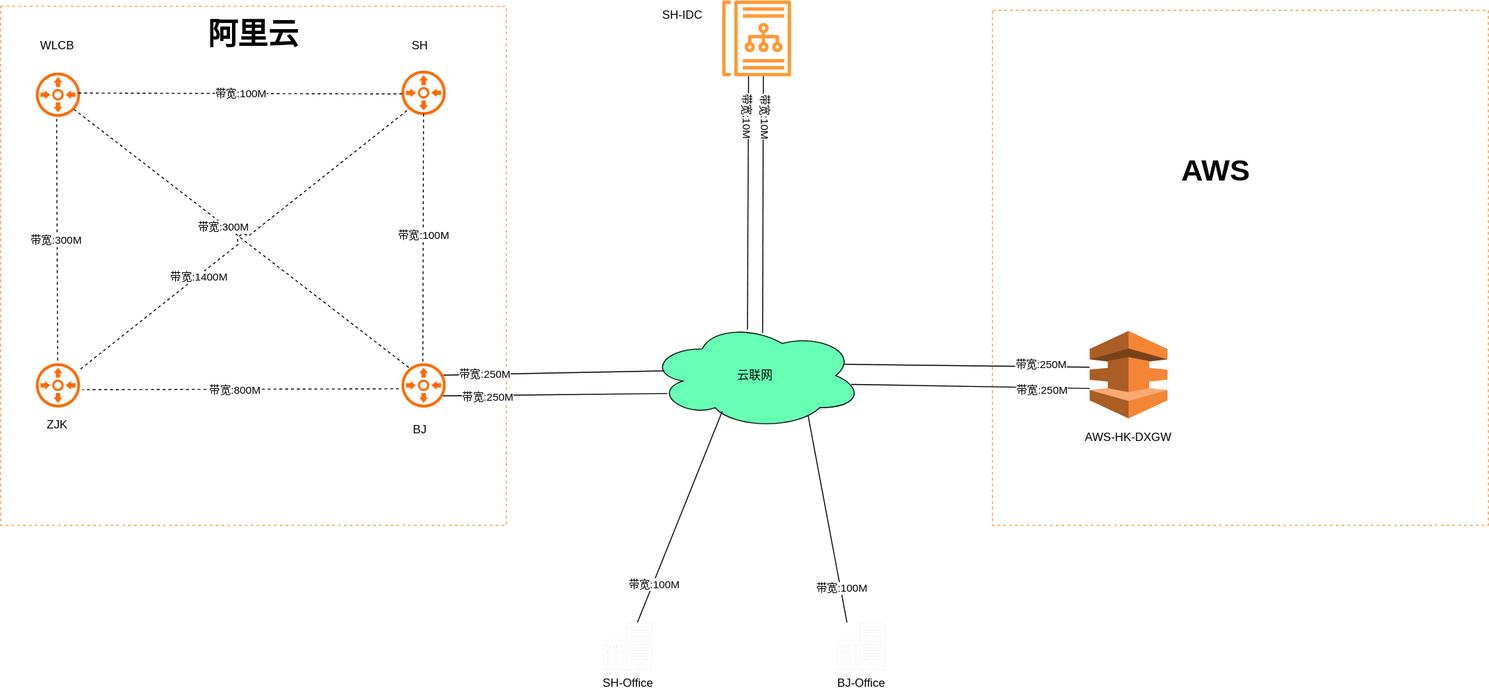
FailEnd/ITPortal keeps this draw.io diagram as traffic.svg. Above is the earlier version. Source tidied: cells renumbered, new cells last; positions are measured from the earlier drawing's top-left corner, leaving out a move shared by most shapes.
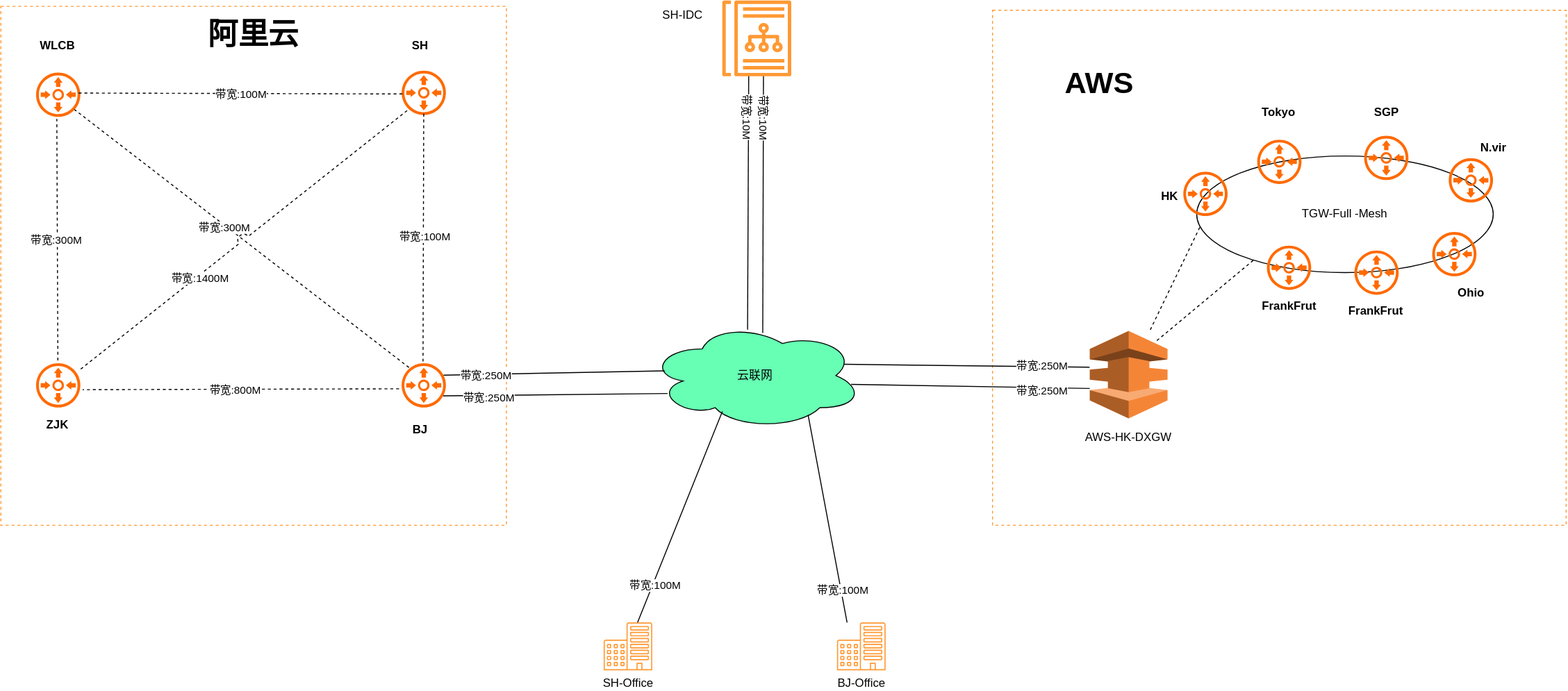
The same diagram one commit later.

What changed in the source:
```diff
@@ -6,7 +6,7 @@
       <mxGeometry y="6" width="520" height="534" as="geometry" />
     </mxCell>
     <mxCell id="3" style="rounded=0;whiteSpace=wrap;html=1;strokeColor=#FF9933;dashed=1;" parent="1" vertex="1">
-      <mxGeometry x="1020" y="10" width="510" height="530" as="geometry" />
+      <mxGeometry x="1020" y="10" width="590" height="530" as="geometry" />
     </mxCell>
     <mxCell id="4" style="points=[];html=1;align=center;shadow=0;dashed=0;fillColor=#FF6A00;strokeColor=none;shape=mxgraph.alibaba_cloud.vbr_virtual_border_router;" parent="1" vertex="1">
       <mxGeometry x="34" y="72" width="50" height="50" as="geometry" />
@@ -26,7 +26,7 @@
     <mxCell id="9" value="云联网" style="ellipse;shape=cloud;whiteSpace=wrap;html=1;fillColor=#66FFB3;" parent="1" vertex="1">
       <mxGeometry x="666.4" y="331" width="220" height="110" as="geometry" />
     </mxCell>
-    <mxCell id="10" value="SH-Office" style="sketch=0;verticalLabelPosition=bottom;sketch=0;html=1;verticalAlign=top;strokeColor=none;fillColor=light-dark(#f8f7f7, #ededed);align=center;outlineConnect=0;shape=mxgraph.citrix2.office;" parent="1" vertex="1">
+    <mxCell id="10" value="SH-Office" style="sketch=0;verticalLabelPosition=bottom;sketch=0;html=1;verticalAlign=top;strokeColor=none;fillColor=light-dark(#FF9933,#EDEDED);align=center;outlineConnect=0;shape=mxgraph.citrix2.office;" parent="1" vertex="1">
       <mxGeometry x="620" y="640" width="50" height="49.2" as="geometry" />
     </mxCell>
     <mxCell id="11" style="endArrow=none;html=1;rounded=0;entryX=0.344;entryY=0.836;entryDx=0;entryDy=0;entryPerimeter=0;" parent="1" edge="1" source="10" target="9">
@@ -87,7 +87,7 @@
       <mxGeometry x="1100" y="435" width="120" height="30" as="geometry" />
     </mxCell>
     <mxCell id="28" value="AWS" style="text;html=1;align=center;verticalAlign=middle;whiteSpace=wrap;rounded=0;fontSize=31;fontStyle=1;" parent="1" vertex="1">
-      <mxGeometry x="1220" y="160" width="60" height="30" as="geometry" />
+      <mxGeometry x="1100" y="70" width="60" height="30" as="geometry" />
     </mxCell>
     <mxCell id="29" style="endArrow=none;html=1;rounded=0;entryX=0.91;entryY=0.51;entryDx=0;entryDy=0;entryPerimeter=0;exitX=0.003;exitY=0.571;exitDx=0;exitDy=0;exitPerimeter=0;dashed=1;flowAnimation=1;" parent="1" edge="1" source="7">
       <mxGeometry relative="1" as="geometry">
@@ -135,23 +135,76 @@
     <mxCell id="42" style="sketch=0;outlineConnect=0;fontColor=#232F3E;gradientColor=none;fillColor=#FF9933;strokeColor=none;dashed=0;verticalLabelPosition=bottom;verticalAlign=top;align=center;html=1;fontSize=12;fontStyle=0;shape=mxgraph.aws4.datazone_business_data_catalog;" parent="1" vertex="1">
       <mxGeometry x="742" width="71" height="78" as="geometry" />
     </mxCell>
-    <mxCell id="43" value="BJ-Office" style="sketch=0;verticalLabelPosition=bottom;sketch=0;html=1;verticalAlign=top;strokeColor=none;fillColor=light-dark(#f8f7f7, #ededed);align=center;shape=mxgraph.citrix2.office;" parent="1" vertex="1">
+    <mxCell id="43" value="BJ-Office" style="sketch=0;verticalLabelPosition=bottom;sketch=0;html=1;verticalAlign=top;strokeColor=none;fillColor=light-dark(#FF9933,#EDEDED);align=center;shape=mxgraph.citrix2.office;" parent="1" vertex="1">
       <mxGeometry x="860" y="640" width="50" height="49.2" as="geometry" />
     </mxCell>
-    <mxCell id="44" value="ZJK" style="text;strokeColor=none;align=center;fillColor=none;html=1;verticalAlign=middle;whiteSpace=wrap;rounded=0;fontColor=default;" parent="1" vertex="1">
+    <mxCell id="44" value="&lt;b&gt;ZJK&lt;/b&gt;" style="text;strokeColor=none;align=center;fillColor=none;html=1;verticalAlign=middle;whiteSpace=wrap;rounded=0;fontColor=default;" parent="1" vertex="1">
       <mxGeometry x="23" y="422" width="71" height="30" as="geometry" />
     </mxCell>
-    <mxCell id="45" value="BJ" style="text;strokeColor=none;align=center;fillColor=none;html=1;verticalAlign=middle;whiteSpace=wrap;rounded=0;fontColor=default;" parent="1" vertex="1">
+    <mxCell id="45" value="&lt;b&gt;BJ&lt;/b&gt;" style="text;strokeColor=none;align=center;fillColor=none;html=1;verticalAlign=middle;whiteSpace=wrap;rounded=0;fontColor=default;" parent="1" vertex="1">
       <mxGeometry x="396" y="427" width="71" height="30" as="geometry" />
     </mxCell>
-    <mxCell id="46" value="SH" style="text;strokeColor=none;align=center;fillColor=none;html=1;verticalAlign=middle;whiteSpace=wrap;rounded=0;fontColor=default;" parent="1" vertex="1">
+    <mxCell id="46" value="&lt;b&gt;SH&lt;/b&gt;" style="text;strokeColor=none;align=center;fillColor=none;html=1;verticalAlign=middle;whiteSpace=wrap;rounded=0;fontColor=default;" parent="1" vertex="1">
       <mxGeometry x="396" y="32" width="71" height="30" as="geometry" />
     </mxCell>
-    <mxCell id="47" value="WLCB" style="text;strokeColor=none;align=center;fillColor=none;html=1;verticalAlign=middle;whiteSpace=wrap;rounded=0;fontColor=default;" parent="1" vertex="1">
+    <mxCell id="47" value="&lt;b&gt;WLCB&lt;/b&gt;" style="text;strokeColor=none;align=center;fillColor=none;html=1;verticalAlign=middle;whiteSpace=wrap;rounded=0;fontColor=default;" parent="1" vertex="1">
       <mxGeometry x="23" y="32" width="71" height="30" as="geometry" />
     </mxCell>
     <mxCell id="48" value="SH-IDC" style="text;strokeColor=none;align=center;fillColor=none;html=1;verticalAlign=middle;whiteSpace=wrap;rounded=0;fontColor=default;" parent="1" vertex="1">
       <mxGeometry x="666.4" width="71" height="30" as="geometry" />
     </mxCell>
+    <mxCell id="49" value="TGW-Full -Mesh" style="ellipse;whiteSpace=wrap;html=1;" parent="1" vertex="1">
+      <mxGeometry x="1230" y="160" width="305" height="120" as="geometry" />
+    </mxCell>
+    <mxCell id="50" style="endArrow=none;html=1;rounded=0;exitX=0.011;exitY=0.608;exitDx=0;exitDy=0;exitPerimeter=0;dashed=1;flowAnimation=1;" parent="1" edge="1" source="49" target="41">
+      <mxGeometry relative="1" as="geometry" />
+    </mxCell>
+    <mxCell id="51" style="endArrow=none;html=1;rounded=0;exitX=0.192;exitY=0.892;exitDx=0;exitDy=0;exitPerimeter=0;dashed=1;flowAnimation=1;" parent="1" edge="1" source="49">
+      <mxGeometry relative="1" as="geometry">
+        <mxPoint x="1189" y="350" as="targetPoint" />
+      </mxGeometry>
+    </mxCell>
+    <mxCell id="52" style="html=1;align=center;shadow=0;dashed=0;fillColor=#FF6A00;strokeColor=none;shape=mxgraph.alibaba_cloud.vbr_virtual_border_router;" parent="1" vertex="1">
+      <mxGeometry x="1300" y="250" width="50" height="50" as="geometry" />
+    </mxCell>
+    <mxCell id="53" style="html=1;align=center;shadow=0;dashed=0;fillColor=#FF6A00;strokeColor=none;shape=mxgraph.alibaba_cloud.vbr_virtual_border_router;" parent="1" vertex="1">
+      <mxGeometry x="1214" y="174" width="50" height="50" as="geometry" />
+    </mxCell>
+    <mxCell id="54" value="&lt;b&gt;HK&lt;/b&gt;" style="text;strokeColor=none;align=center;fillColor=none;html=1;verticalAlign=middle;whiteSpace=wrap;rounded=0;fontColor=default;" parent="1" vertex="1">
+      <mxGeometry x="1167" y="187" width="71" height="30" as="geometry" />
+    </mxCell>
+    <mxCell id="55" value="&lt;b&gt;FrankFrut&lt;/b&gt;" style="text;strokeColor=none;align=center;fillColor=none;html=1;verticalAlign=middle;whiteSpace=wrap;rounded=0;fontColor=default;" parent="1" vertex="1">
+      <mxGeometry x="1289.5" y="300" width="71" height="30" as="geometry" />
+    </mxCell>
+    <mxCell id="56" style="html=1;align=center;shadow=0;dashed=0;fillColor=#FF6A00;strokeColor=none;shape=mxgraph.alibaba_cloud.vbr_virtual_border_router;" parent="1" vertex="1">
+      <mxGeometry x="1290" y="141" width="50" height="50" as="geometry" />
+    </mxCell>
+    <mxCell id="57" style="html=1;align=center;shadow=0;dashed=0;fillColor=#FF6A00;strokeColor=none;shape=mxgraph.alibaba_cloud.vbr_virtual_border_router;" parent="1" vertex="1">
+      <mxGeometry x="1400" y="137" width="50" height="50" as="geometry" />
+    </mxCell>
+    <mxCell id="58" style="html=1;align=center;shadow=0;dashed=0;fillColor=#FF6A00;strokeColor=none;shape=mxgraph.alibaba_cloud.vbr_virtual_border_router;" parent="1" vertex="1">
+      <mxGeometry x="1390" y="255" width="50" height="50" as="geometry" />
+    </mxCell>
+    <mxCell id="59" style="html=1;align=center;shadow=0;dashed=0;fillColor=#FF6A00;strokeColor=none;shape=mxgraph.alibaba_cloud.vbr_virtual_border_router;" parent="1" vertex="1">
+      <mxGeometry x="1470" y="236" width="50" height="50" as="geometry" />
+    </mxCell>
+    <mxCell id="60" style="html=1;align=center;shadow=0;dashed=0;fillColor=#FF6A00;strokeColor=none;shape=mxgraph.alibaba_cloud.vbr_virtual_border_router;" parent="1" vertex="1">
+      <mxGeometry x="1487" y="160" width="50" height="50" as="geometry" />
+    </mxCell>
+    <mxCell id="61" value="&lt;b&gt;FrankFrut&lt;/b&gt;" style="text;strokeColor=none;align=center;fillColor=none;html=1;verticalAlign=middle;whiteSpace=wrap;rounded=0;fontColor=default;" parent="1" vertex="1">
+      <mxGeometry x="1379" y="305" width="71" height="30" as="geometry" />
+    </mxCell>
+    <mxCell id="62" value="&lt;b&gt;Ohio&lt;/b&gt;" style="text;strokeColor=none;align=center;fillColor=none;html=1;verticalAlign=middle;whiteSpace=wrap;rounded=0;fontColor=default;" parent="1" vertex="1">
+      <mxGeometry x="1476.5" y="286" width="71" height="30" as="geometry" />
+    </mxCell>
+    <mxCell id="63" value="&lt;b&gt;N.vir&lt;/b&gt;" style="text;strokeColor=none;align=center;fillColor=none;html=1;verticalAlign=middle;whiteSpace=wrap;rounded=0;fontColor=default;" parent="1" vertex="1">
+      <mxGeometry x="1500" y="137" width="71" height="30" as="geometry" />
+    </mxCell>
+    <mxCell id="64" value="&lt;b&gt;SGP&lt;/b&gt;" style="text;strokeColor=none;align=center;fillColor=none;html=1;verticalAlign=middle;whiteSpace=wrap;rounded=0;fontColor=default;" parent="1" vertex="1">
+      <mxGeometry x="1390" y="100" width="71" height="30" as="geometry" />
+    </mxCell>
+    <mxCell id="65" value="&lt;b&gt;Tokyo&lt;/b&gt;" style="text;strokeColor=none;align=center;fillColor=none;html=1;verticalAlign=middle;whiteSpace=wrap;rounded=0;fontColor=default;" parent="1" vertex="1">
+      <mxGeometry x="1279" y="100" width="71" height="30" as="geometry" />
+    </mxCell>
   </root>
 </mxGraphModel>
```
